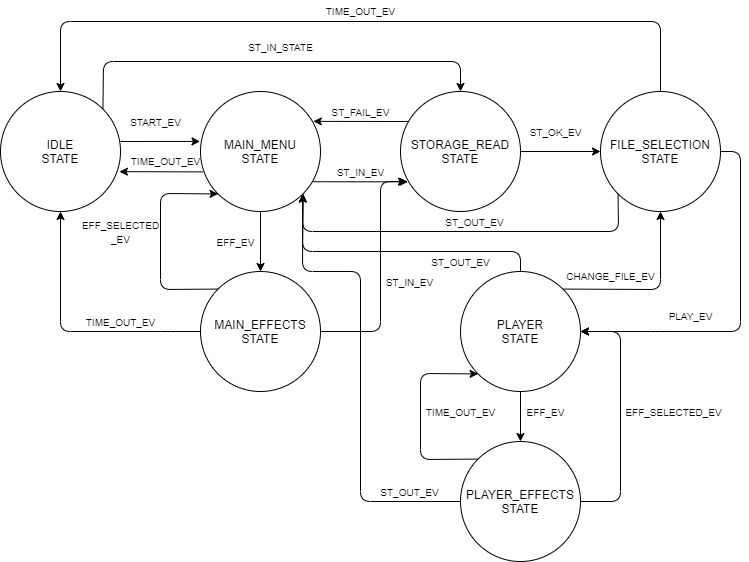
Before: docs/fsm.png, a diagram exported from draw.io (Labo-Microprocesadores/MP3_Player). Source tidied: cells renumbered, new cells last; positions are measured from the earlier drawing's top-left corner, leaving out a move shared by most shapes.
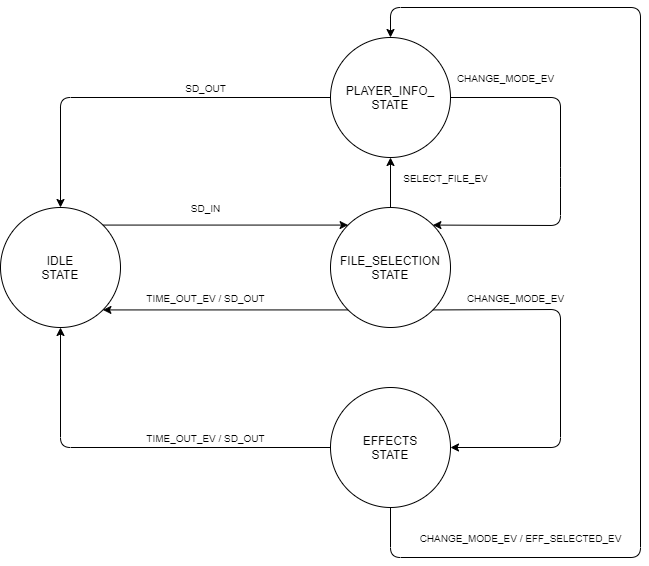
After the change.

Commit message:
fsm diagram

Change to the diagram source:
```diff
@@ -3,203 +3,90 @@
     <mxCell id="0" />
     <mxCell id="1" parent="0" />
     <mxCell id="2" value="IDLE&lt;br&gt;STATE" style="ellipse;whiteSpace=wrap;html=1;" parent="1" vertex="1">
-      <mxGeometry y="91" width="120" height="120" as="geometry" />
+      <mxGeometry y="-409" width="120" height="120" as="geometry" />
     </mxCell>
-    <mxCell id="3" value="MAIN_MENU&lt;br&gt;STATE" style="ellipse;whiteSpace=wrap;html=1;" parent="1" vertex="1">
-      <mxGeometry x="200" y="91" width="120" height="120" as="geometry" />
-    </mxCell>
+    <mxCell id="47" value="PLAYER_INFO_&lt;br&gt;STATE" style="ellipse;whiteSpace=wrap;html=1;" parent="1" vertex="1">
+      <mxGeometry x="330" y="-579" width="120" height="120" as="geometry" />
+    </mxCell>
     <mxCell id="4" value="FILE_SELECTION&lt;br&gt;STATE" style="ellipse;whiteSpace=wrap;html=1;" parent="1" vertex="1">
-      <mxGeometry x="600" y="91" width="120" height="120" as="geometry" />
+      <mxGeometry x="330" y="-409" width="120" height="120" as="geometry" />
     </mxCell>
-    <mxCell id="5" value="PLAYER&lt;br&gt;STATE" style="ellipse;whiteSpace=wrap;html=1;" parent="1" vertex="1">
-      <mxGeometry x="460" y="271" width="120" height="120" as="geometry" />
-    </mxCell>
-    <mxCell id="6" value="MAIN_EFFECTS&lt;br&gt;STATE" style="ellipse;whiteSpace=wrap;html=1;" parent="1" vertex="1">
-      <mxGeometry x="200" y="271" width="120" height="120" as="geometry" />
-    </mxCell>
-    <mxCell id="7" style="endArrow=classic;html=1;entryX=-0.004;entryY=0.416;entryDx=0;entryDy=0;entryPerimeter=0;" parent="1" edge="1" target="3">
-      <mxGeometry relative="1" as="geometry">
-        <mxPoint x="120" y="141" as="sourcePoint" />
-      </mxGeometry>
-    </mxCell>
-    <mxCell id="8" value="STORAGE_READ&lt;br&gt;STATE" style="ellipse;whiteSpace=wrap;html=1;" parent="1" vertex="1">
-      <mxGeometry x="400" y="91" width="120" height="120" as="geometry" />
-    </mxCell>
-    <mxCell id="9" value="&lt;span style=&quot;font-size: 10px&quot;&gt;START_EV&lt;/span&gt;" style="text;html=1;align=center;verticalAlign=middle;" parent="1" vertex="1">
-      <mxGeometry x="120" y="111" width="70" height="20" as="geometry" />
-    </mxCell>
-    <mxCell id="10" style="endArrow=classic;html=1;exitX=1;exitY=0;exitDx=0;exitDy=0;entryX=0.5;entryY=0;entryDx=0;entryDy=0;" parent="1" edge="1" source="2" target="8">
-      <mxGeometry relative="1" as="geometry">
-        <Array as="points">
-          <mxPoint x="103" y="61" />
-          <mxPoint x="460" y="61" />
-        </Array>
-      </mxGeometry>
-    </mxCell>
-    <mxCell id="11" value="&lt;span style=&quot;font-size: 10px&quot;&gt;ST_IN_STATE&lt;/span&gt;" style="text;html=1;align=center;verticalAlign=middle;" parent="1" vertex="1">
-      <mxGeometry x="240" y="36" width="80" height="20" as="geometry" />
-    </mxCell>
-    <mxCell id="12" style="endArrow=classic;html=1;exitX=1;exitY=0.5;exitDx=0;exitDy=0;entryX=0;entryY=0.5;entryDx=0;entryDy=0;" parent="1" edge="1" source="8" target="4">
-      <mxGeometry relative="1" as="geometry" />
-    </mxCell>
-    <mxCell id="13" value="&lt;span style=&quot;font-size: 10px&quot;&gt;ST_OK_EV&lt;/span&gt;" style="text;html=1;align=center;verticalAlign=middle;" parent="1" vertex="1">
-      <mxGeometry x="520" y="121" width="70" height="20" as="geometry" />
-    </mxCell>
-    <mxCell id="14" style="endArrow=classic;html=1;exitX=0.066;exitY=0.25;exitDx=0;exitDy=0;exitPerimeter=0;entryX=0.94;entryY=0.249;entryDx=0;entryDy=0;entryPerimeter=0;" parent="1" edge="1" source="8" target="3">
-      <mxGeometry relative="1" as="geometry" />
-    </mxCell>
-    <mxCell id="15" value="&lt;span style=&quot;font-size: 10px&quot;&gt;ST_FAIL_EV&lt;/span&gt;" style="text;html=1;align=center;verticalAlign=middle;" parent="1" vertex="1">
-      <mxGeometry x="325" y="101" width="70" height="20" as="geometry" />
-    </mxCell>
-    <mxCell id="16" style="endArrow=classic;html=1;exitX=0.937;exitY=0.752;exitDx=0;exitDy=0;entryX=0.061;entryY=0.753;entryDx=0;entryDy=0;exitPerimeter=0;entryPerimeter=0;" parent="1" edge="1" source="3" target="8">
-      <mxGeometry relative="1" as="geometry" />
-    </mxCell>
-    <mxCell id="17" value="&lt;span style=&quot;font-size: 10px&quot;&gt;ST_IN_EV&lt;/span&gt;" style="text;html=1;align=center;verticalAlign=middle;" parent="1" vertex="1">
-      <mxGeometry x="330" y="161" width="60" height="20" as="geometry" />
-    </mxCell>
-    <mxCell id="18" style="endArrow=classic;html=1;exitX=0.017;exitY=0.67;exitDx=0;exitDy=0;entryX=0.991;entryY=0.668;entryDx=0;entryDy=0;entryPerimeter=0;exitPerimeter=0;" parent="1" edge="1" source="3" target="2">
-      <mxGeometry relative="1" as="geometry" />
-    </mxCell>
-    <mxCell id="19" value="&lt;span style=&quot;font-size: 10px&quot;&gt;TIME_OUT_EV&lt;/span&gt;" style="text;html=1;align=center;verticalAlign=middle;" parent="1" vertex="1">
-      <mxGeometry x="120" y="150" width="90" height="20" as="geometry" />
-    </mxCell>
+    <mxCell id="48" value="EFFECTS&lt;br&gt;STATE" style="ellipse;whiteSpace=wrap;html=1;" parent="1" vertex="1">
+      <mxGeometry x="330" y="-229" width="120" height="120" as="geometry" />
+    </mxCell>
+    <mxCell id="49" style="endArrow=classic;html=1;entryX=0.5;entryY=1;entryDx=0;entryDy=0;exitX=0;exitY=0.5;exitDx=0;exitDy=0;" parent="1" edge="1" source="48" target="2">
+      <mxGeometry relative="1" as="geometry">
+        <Array as="points">
+          <mxPoint x="60" y="-169" />
+        </Array>
+      </mxGeometry>
+    </mxCell>
+    <mxCell id="50" value="&lt;span style=&quot;font-size: 10px&quot;&gt;TIME_OUT_EV / SD_OUT&lt;/span&gt;" style="text;html=1;align=center;verticalAlign=middle;" parent="1" vertex="1">
+      <mxGeometry x="140" y="-189" width="130" height="20" as="geometry" />
+    </mxCell>
-    <mxCell id="20" style="endArrow=classic;html=1;exitX=0.5;exitY=0;exitDx=0;exitDy=0;entryX=0.5;entryY=0;entryDx=0;entryDy=0;" parent="1" edge="1" source="4" target="2">
-      <mxGeometry relative="1" as="geometry">
-        <Array as="points">
-          <mxPoint x="660" y="21" />
-          <mxPoint x="60" y="21" />
-        </Array>
-      </mxGeometry>
+    <mxCell id="20" style="endArrow=classic;html=1;exitX=0;exitY=1;exitDx=0;exitDy=0;entryX=1;entryY=1;entryDx=0;entryDy=0;" parent="1" edge="1" source="4" target="2">
+      <mxGeometry relative="1" as="geometry" />
     </mxCell>
-    <mxCell id="21" value="&lt;span style=&quot;font-size: 10px&quot;&gt;TIME_OUT_EV&lt;/span&gt;" style="text;html=1;align=center;verticalAlign=middle;" parent="1" vertex="1">
-      <mxGeometry x="315" width="90" height="20" as="geometry" />
-    </mxCell>
-    <mxCell id="22" style="endArrow=classic;html=1;exitX=1;exitY=0.5;exitDx=0;exitDy=0;entryX=1;entryY=0.5;entryDx=0;entryDy=0;" parent="1" edge="1" source="4" target="5">
-      <mxGeometry relative="1" as="geometry">
-        <Array as="points">
-          <mxPoint x="740" y="151" />
-          <mxPoint x="740" y="331" />
-          <mxPoint x="660" y="331" />
-        </Array>
-      </mxGeometry>
-    </mxCell>
-    <mxCell id="23" value="&lt;span style=&quot;font-size: 10px&quot;&gt;PLAY_EV&lt;/span&gt;" style="text;html=1;align=center;verticalAlign=middle;" parent="1" vertex="1">
-      <mxGeometry x="660" y="305" width="60" height="20" as="geometry" />
-    </mxCell>
-    <mxCell id="24" style="endArrow=classic;html=1;exitX=1;exitY=0;exitDx=0;exitDy=0;entryX=0.5;entryY=1;entryDx=0;entryDy=0;" parent="1" edge="1" source="5" target="4">
-      <mxGeometry relative="1" as="geometry">
-        <Array as="points">
-          <mxPoint x="660" y="289" />
-        </Array>
-      </mxGeometry>
-    </mxCell>
-    <mxCell id="25" value="&lt;span style=&quot;font-size: 10px&quot;&gt;CHANGE_FILE_EV&lt;/span&gt;" style="text;html=1;align=center;verticalAlign=middle;" parent="1" vertex="1">
-      <mxGeometry x="560" y="265" width="100" height="20" as="geometry" />
-    </mxCell>
-    <mxCell id="26" style="endArrow=classic;html=1;exitX=0.5;exitY=1;exitDx=0;exitDy=0;entryX=0.5;entryY=0;entryDx=0;entryDy=0;" parent="1" edge="1" source="3" target="6">
-      <mxGeometry relative="1" as="geometry" />
-    </mxCell>
-    <mxCell id="27" value="&lt;span style=&quot;font-size: 10px&quot;&gt;EFF_EV&lt;/span&gt;" style="text;html=1;align=center;verticalAlign=middle;" parent="1" vertex="1">
-      <mxGeometry x="210" y="231" width="50" height="20" as="geometry" />
-    </mxCell>
-    <mxCell id="28" style="endArrow=classic;html=1;exitX=0;exitY=0;exitDx=0;exitDy=0;entryX=0;entryY=1;entryDx=0;entryDy=0;" parent="1" edge="1" source="6" target="3">
-      <mxGeometry relative="1" as="geometry">
-        <Array as="points">
-          <mxPoint x="160" y="289" />
-          <mxPoint x="160" y="193" />
-        </Array>
-      </mxGeometry>
-    </mxCell>
-    <mxCell id="29" style="endArrow=classic;html=1;exitX=0;exitY=1;exitDx=0;exitDy=0;entryX=1;entryY=1;entryDx=0;entryDy=0;" parent="1" edge="1" source="4" target="3">
-      <mxGeometry relative="1" as="geometry">
-        <Array as="points">
-          <mxPoint x="618" y="231" />
-          <mxPoint x="302" y="231" />
-        </Array>
-      </mxGeometry>
-    </mxCell>
-    <mxCell id="30" style="endArrow=classic;html=1;exitX=0.5;exitY=0;exitDx=0;exitDy=0;entryX=1;entryY=1;entryDx=0;entryDy=0;" parent="1" edge="1" source="5" target="3">
-      <mxGeometry relative="1" as="geometry">
-        <Array as="points">
-          <mxPoint x="520" y="251" />
-          <mxPoint x="302" y="251" />
-        </Array>
-      </mxGeometry>
-    </mxCell>
-    <mxCell id="31" value="&lt;span style=&quot;font-size: 10px&quot;&gt;ST_OUT_EV&lt;/span&gt;" style="text;html=1;align=center;verticalAlign=middle;" parent="1" vertex="1">
-      <mxGeometry x="439" y="211" width="70" height="20" as="geometry" />
-    </mxCell>
-    <mxCell id="32" value="&lt;span style=&quot;font-size: 10px&quot;&gt;ST_OUT_EV&lt;/span&gt;" style="text;html=1;align=center;verticalAlign=middle;" parent="1" vertex="1">
-      <mxGeometry x="425" y="251" width="70" height="20" as="geometry" />
-    </mxCell>
-    <mxCell id="33" value="PLAYER_EFFECTS&lt;br&gt;STATE" style="ellipse;whiteSpace=wrap;html=1;" parent="1" vertex="1">
-      <mxGeometry x="460" y="441" width="120" height="120" as="geometry" />
-    </mxCell>
-    <mxCell id="34" style="endArrow=classic;html=1;exitX=1;exitY=0.5;exitDx=0;exitDy=0;entryX=1;entryY=0.5;entryDx=0;entryDy=0;" parent="1" edge="1" source="33" target="5">
-      <mxGeometry relative="1" as="geometry">
-        <Array as="points">
-          <mxPoint x="620" y="501" />
-          <mxPoint x="620" y="331" />
-        </Array>
-      </mxGeometry>
-    </mxCell>
-    <mxCell id="35" value="&lt;span style=&quot;font-size: 10px&quot;&gt;EFF_SELECTED_EV&lt;/span&gt;" style="text;html=1;align=center;verticalAlign=middle;" parent="1" vertex="1">
-      <mxGeometry x="618" y="401" width="110" height="20" as="geometry" />
-    </mxCell>
-    <mxCell id="36" style="endArrow=classic;html=1;exitX=0.5;exitY=1;exitDx=0;exitDy=0;entryX=0.5;entryY=0;entryDx=0;entryDy=0;" parent="1" edge="1" source="5" target="33">
-      <mxGeometry relative="1" as="geometry" />
-    </mxCell>
-    <mxCell id="37" value="&lt;span style=&quot;font-size: 10px&quot;&gt;EFF_EV&lt;/span&gt;" style="text;html=1;align=center;verticalAlign=middle;" parent="1" vertex="1">
-      <mxGeometry x="520" y="401" width="50" height="20" as="geometry" />
-    </mxCell>
-    <mxCell id="38" style="endArrow=classic;html=1;exitX=0;exitY=0;exitDx=0;exitDy=0;entryX=0;entryY=1;entryDx=0;entryDy=0;" parent="1" edge="1" source="33" target="5">
-      <mxGeometry relative="1" as="geometry">
-        <Array as="points">
-          <mxPoint x="420" y="459" />
-          <mxPoint x="420" y="373" />
-        </Array>
-      </mxGeometry>
-    </mxCell>
-    <mxCell id="39" value="&lt;span style=&quot;font-size: 10px&quot;&gt;TIME_OUT_EV&lt;/span&gt;" style="text;html=1;align=center;verticalAlign=middle;" parent="1" vertex="1">
-      <mxGeometry x="415" y="401" width="90" height="20" as="geometry" />
-    </mxCell>
-    <mxCell id="40" value="&lt;font style=&quot;font-size: 10px&quot;&gt;EFF_SELECTED&lt;br&gt;_EV&lt;/font&gt;" style="text;html=1;align=center;verticalAlign=middle;rotation=0;" parent="1" vertex="1">
-      <mxGeometry x="75" y="211" width="90" height="40" as="geometry" />
-    </mxCell>
-    <mxCell id="41" style="endArrow=classic;html=1;exitX=0;exitY=0.5;exitDx=0;exitDy=0;entryX=0.5;entryY=1;entryDx=0;entryDy=0;" parent="1" edge="1" source="6" target="2">
-      <mxGeometry relative="1" as="geometry">
-        <Array as="points">
-          <mxPoint x="160" y="331" />
-          <mxPoint x="60" y="331" />
-        </Array>
-      </mxGeometry>
-    </mxCell>
-    <mxCell id="42" value="&lt;span style=&quot;font-size: 10px&quot;&gt;TIME_OUT_EV&lt;/span&gt;" style="text;html=1;align=center;verticalAlign=middle;" parent="1" vertex="1">
-      <mxGeometry x="75" y="311" width="90" height="20" as="geometry" />
-    </mxCell>
-    <mxCell id="43" style="endArrow=classic;html=1;exitX=0;exitY=0.5;exitDx=0;exitDy=0;entryX=1;entryY=1;entryDx=0;entryDy=0;" parent="1" edge="1" source="33" target="3">
-      <mxGeometry relative="1" as="geometry">
-        <Array as="points">
-          <mxPoint x="360" y="501" />
-          <mxPoint x="360" y="271" />
-          <mxPoint x="302" y="271" />
-        </Array>
-      </mxGeometry>
-    </mxCell>
-    <mxCell id="44" value="&lt;span style=&quot;font-size: 10px&quot;&gt;ST_OUT_EV&lt;/span&gt;" style="text;html=1;align=center;verticalAlign=middle;" parent="1" vertex="1">
-      <mxGeometry x="374" y="481" width="70" height="20" as="geometry" />
-    </mxCell>
-    <mxCell id="45" style="endArrow=classic;html=1;exitX=1;exitY=0.5;exitDx=0;exitDy=0;" parent="1" edge="1" source="6">
-      <mxGeometry relative="1" as="geometry">
-        <mxPoint x="406" y="181" as="targetPoint" />
-        <Array as="points">
-          <mxPoint x="380" y="331" />
-          <mxPoint x="380" y="181" />
-        </Array>
-      </mxGeometry>
-    </mxCell>
-    <mxCell id="46" value="&lt;span style=&quot;font-size: 10px&quot;&gt;ST_IN_EV&lt;/span&gt;" style="text;html=1;align=center;verticalAlign=middle;" parent="1" vertex="1">
-      <mxGeometry x="379" y="271" width="60" height="20" as="geometry" />
-    </mxCell>
+    <mxCell id="51" value="&lt;span style=&quot;font-size: 10px&quot;&gt;TIME_OUT_EV / SD_OUT&lt;/span&gt;" style="text;html=1;align=center;verticalAlign=middle;" parent="1" vertex="1">
+      <mxGeometry x="140" y="-329" width="130" height="20" as="geometry" />
+    </mxCell>
+    <mxCell id="52" style="endArrow=classic;html=1;exitX=0;exitY=0.5;exitDx=0;exitDy=0;entryX=0.5;entryY=0;entryDx=0;entryDy=0;" parent="1" edge="1" source="47" target="2">
+      <mxGeometry relative="1" as="geometry">
+        <Array as="points">
+          <mxPoint x="60" y="-519" />
+        </Array>
+      </mxGeometry>
+    </mxCell>
+    <mxCell id="53" value="&lt;span style=&quot;font-size: 10px&quot;&gt;SD_OUT&lt;/span&gt;" style="text;html=1;align=center;verticalAlign=middle;" parent="1" vertex="1">
+      <mxGeometry x="175" y="-539" width="60" height="20" as="geometry" />
+    </mxCell>
+    <mxCell id="54" style="endArrow=classic;html=1;exitX=1;exitY=0.5;exitDx=0;exitDy=0;entryX=1;entryY=0;entryDx=0;entryDy=0;" parent="1" edge="1" source="47" target="4">
+      <mxGeometry relative="1" as="geometry">
+        <Array as="points">
+          <mxPoint x="560" y="-519" />
+          <mxPoint x="560" y="-439" />
+          <mxPoint x="560" y="-391" />
+        </Array>
+      </mxGeometry>
+    </mxCell>
+    <mxCell id="55" value="&lt;span style=&quot;font-size: 10px&quot;&gt;CHANGE_MODE_EV&lt;/span&gt;" style="text;html=1;align=center;verticalAlign=middle;" parent="1" vertex="1">
+      <mxGeometry x="450" y="-549" width="110" height="20" as="geometry" />
+    </mxCell>
+    <mxCell id="56" style="endArrow=classic;html=1;entryX=1;entryY=0.5;entryDx=0;entryDy=0;exitX=1;exitY=1;exitDx=0;exitDy=0;" parent="1" edge="1" source="4" target="48">
+      <mxGeometry relative="1" as="geometry">
+        <Array as="points">
+          <mxPoint x="560" y="-307" />
+          <mxPoint x="560" y="-169" />
+        </Array>
+      </mxGeometry>
+    </mxCell>
+    <mxCell id="57" value="&lt;span style=&quot;font-size: 10px&quot;&gt;CHANGE_MODE_EV&lt;/span&gt;" style="text;html=1;align=center;verticalAlign=middle;" parent="1" vertex="1">
+      <mxGeometry x="460" y="-329" width="110" height="20" as="geometry" />
+    </mxCell>
+    <mxCell id="58" style="endArrow=classic;html=1;exitX=0.5;exitY=1;exitDx=0;exitDy=0;entryX=0.5;entryY=0;entryDx=0;entryDy=0;" parent="1" edge="1" source="48" target="47">
+      <mxGeometry relative="1" as="geometry">
+        <Array as="points">
+          <mxPoint x="390" y="-59" />
+          <mxPoint x="640" y="-59" />
+          <mxPoint x="640" y="-609" />
+          <mxPoint x="390" y="-609" />
+        </Array>
+      </mxGeometry>
+    </mxCell>
+    <mxCell id="59" value="&lt;span style=&quot;font-size: 10px&quot;&gt;CHANGE_MODE_EV / EFF_SELECTED_EV&lt;/span&gt;" style="text;html=1;align=center;verticalAlign=middle;" parent="1" vertex="1">
+      <mxGeometry x="410" y="-89" width="220" height="20" as="geometry" />
+    </mxCell>
+    <mxCell id="60" style="endArrow=classic;html=1;exitX=1;exitY=0;exitDx=0;exitDy=0;entryX=0;entryY=0;entryDx=0;entryDy=0;" parent="1" edge="1" source="2" target="4">
+      <mxGeometry relative="1" as="geometry" />
+    </mxCell>
+    <mxCell id="61" value="&lt;span style=&quot;font-size: 10px&quot;&gt;SD_IN&lt;/span&gt;" style="text;html=1;align=center;verticalAlign=middle;" parent="1" vertex="1">
+      <mxGeometry x="180" y="-419" width="50" height="20" as="geometry" />
+    </mxCell>
+    <mxCell id="62" style="endArrow=classic;html=1;exitX=0.5;exitY=0;exitDx=0;exitDy=0;entryX=0.5;entryY=1;entryDx=0;entryDy=0;" parent="1" edge="1" source="4" target="47">
+      <mxGeometry relative="1" as="geometry" />
+    </mxCell>
+    <mxCell id="63" value="&lt;span style=&quot;font-size: 10px&quot;&gt;SELECT_FILE_EV&lt;/span&gt;" style="text;html=1;align=center;verticalAlign=middle;" parent="1" vertex="1">
+      <mxGeometry x="395" y="-449" width="100" height="20" as="geometry" />
+    </mxCell>
   </root>
 </mxGraphModel>
```
